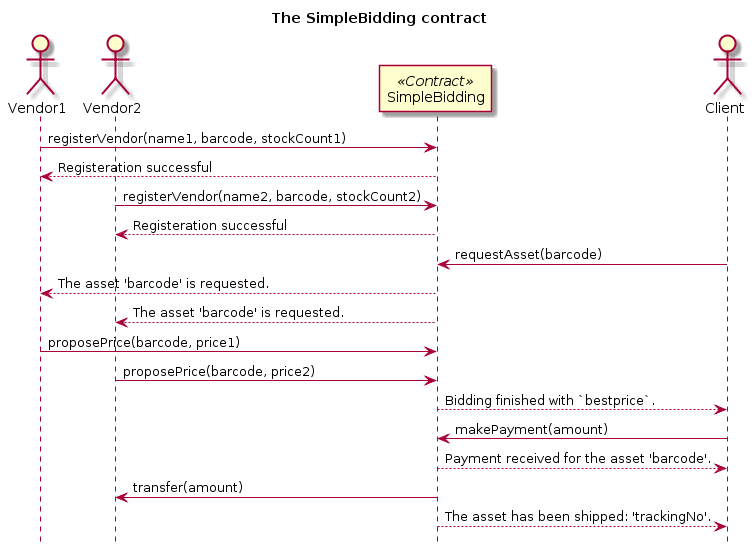
Above: ethereum/local-private-network/contracts/SimpleBidding/Simple_Bidding_Interaction.png in ogurcan/blockchain (PlantUML), before the change.
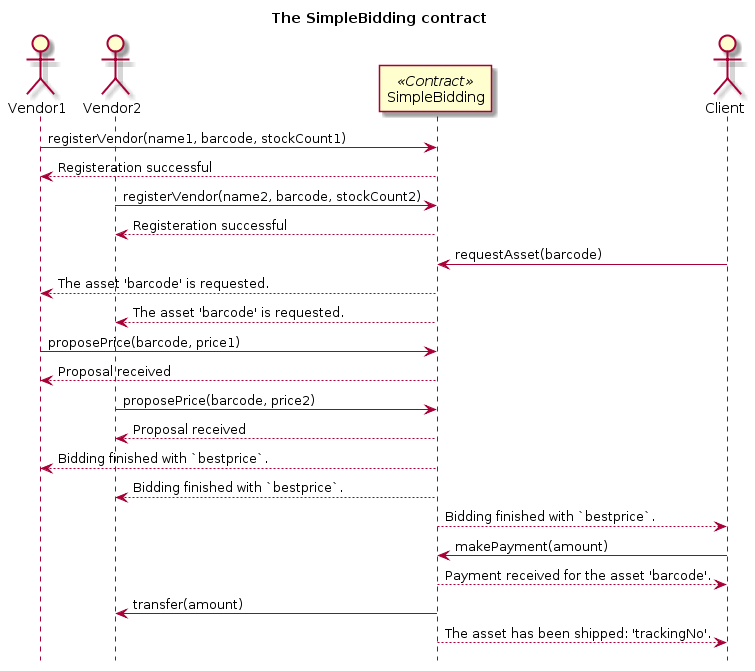
Later version of the same file.

Commit message:
Add vendor and client loaders

The edit, as a diff of the source:
```diff
@@ -15,7 +15,11 @@
 SimpleBidding-->Vendor1 : The asset 'barcode' is requested.
 SimpleBidding-->Vendor2 : The asset 'barcode' is requested.
 Vendor1->SimpleBidding : proposePrice(barcode, price1)
+SimpleBidding-->Vendor1 : Proposal received
 Vendor2->SimpleBidding : proposePrice(barcode, price2)
+SimpleBidding-->Vendor2 : Proposal received
+SimpleBidding-->Vendor1 : Bidding finished with `bestprice`.
+SimpleBidding-->Vendor2 : Bidding finished with `bestprice`.
 SimpleBidding-->Client : Bidding finished with `bestprice`.
 Client->SimpleBidding : makePayment(amount)
 SimpleBidding-->Client : Payment received for the asset 'barcode'.
```
